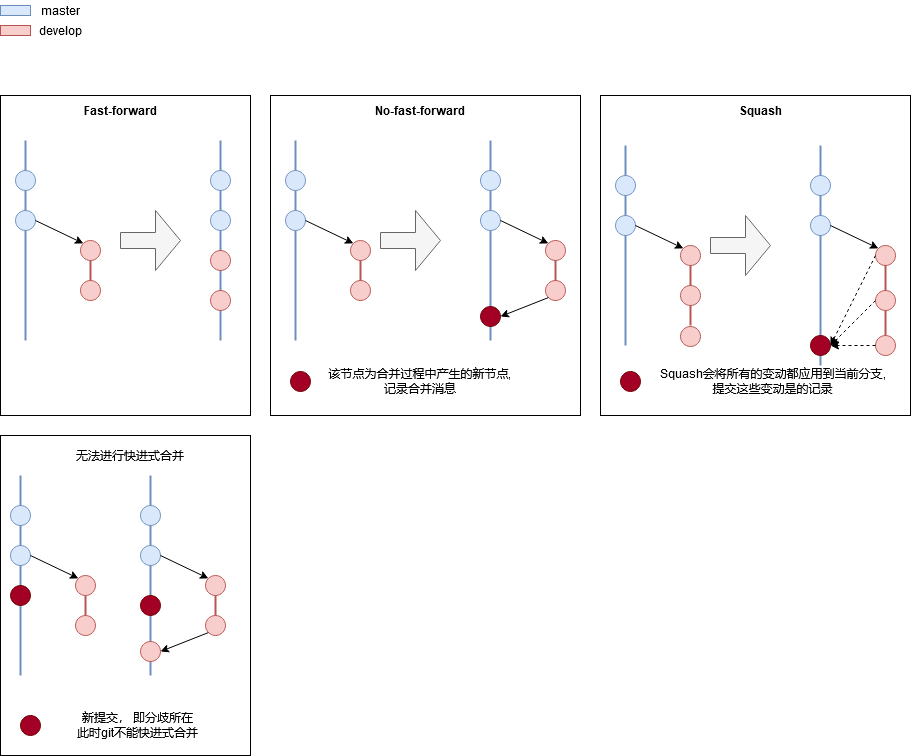
Before: gitBranchModel/waysofMerge.png, a diagram exported from draw.io (alreadytakenn/images). Source tidied: cells renumbered, new cells last; positions are measured from the earlier drawing's top-left corner, leaving out a move shared by most shapes.
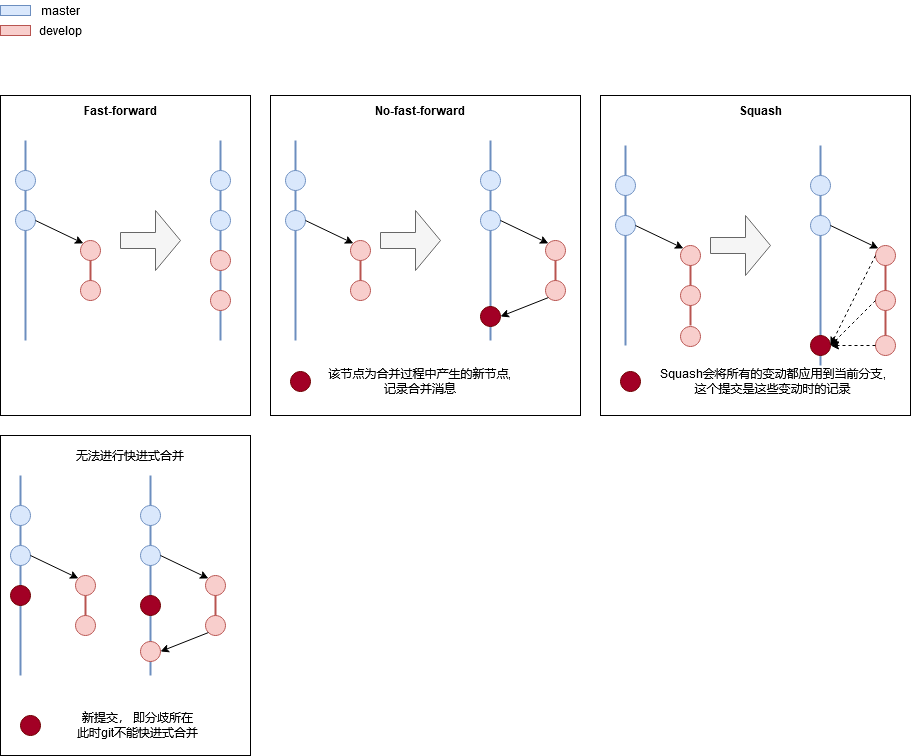
Later version of the same file.

Change to the diagram source:
```diff
@@ -202,7 +202,7 @@
     <mxCell id="65" style="ellipse;whiteSpace=wrap;html=1;fillColor=#a20025;strokeColor=#6F0000;fontColor=#ffffff;" parent="1" vertex="1">
       <mxGeometry x="620" y="371" width="20" height="20" as="geometry" />
     </mxCell>
-    <mxCell id="66" value="&lt;div&gt;Squash会将所有的变动都应用到当前分支,&lt;/div&gt;&lt;div&gt;提交这些变动是的记录&lt;br&gt;&lt;/div&gt;" style="text;html=1;strokeColor=none;fillColor=none;align=center;verticalAlign=middle;whiteSpace=wrap;rounded=0;" parent="1" vertex="1">
+    <mxCell id="66" value="&lt;div&gt;Squash会将所有的变动都应用到当前分支,&lt;/div&gt;&lt;div&gt;这个提交是这些变动时的记录&lt;br&gt;&lt;/div&gt;" style="text;html=1;strokeColor=none;fillColor=none;align=center;verticalAlign=middle;whiteSpace=wrap;rounded=0;" parent="1" vertex="1">
       <mxGeometry x="655" y="371" width="235" height="20" as="geometry" />
     </mxCell>
     <mxCell id="67" style="ellipse;whiteSpace=wrap;html=1;fillColor=#f8cecc;strokeColor=#b85450;" parent="1" vertex="1">
```
